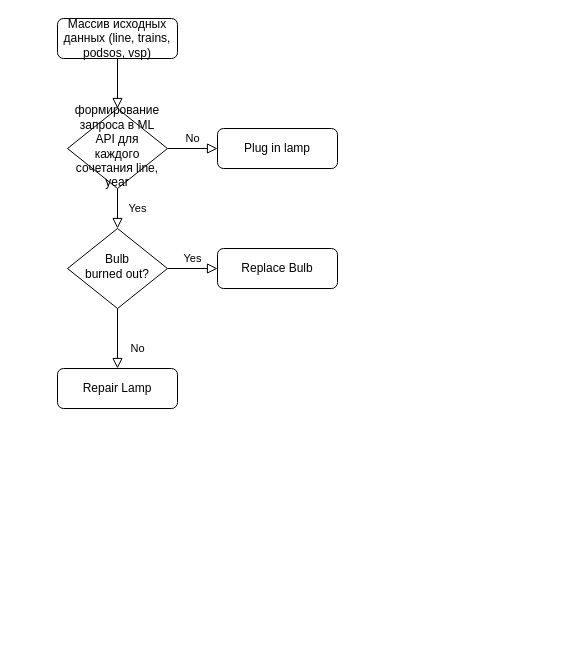
Earlier version of the draw.io diagram Neiroexpert_WEb/блок-схема di.drawio (cheef78/Neiroexpert). Source tidied: cells renumbered, new cells numbered last; positions are measured from the earlier drawing's top-left corner, leaving out a move shared by most shapes. Both pictures are drawn from the tidied source at 100%, with x=0, y=0 at pixel (57, 18).
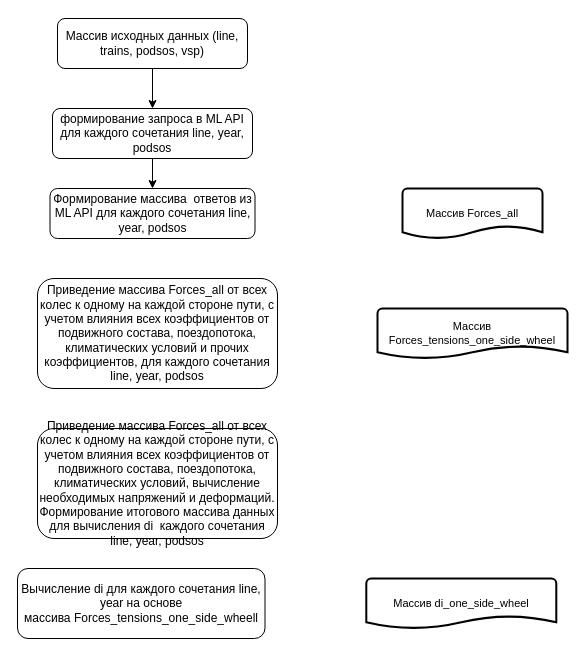
Above is the later version.

Change to the diagram source:
```diff
@@
 <mxGraphModel>
   <root>
     <mxCell id="0" />
     <mxCell id="1" parent="0" />
-    <mxCell id="2" style="rounded=0;html=1;jettySize=auto;fontSize=11;endArrow=block;endFill=0;endSize=8;strokeWidth=1;shadow=0;labelBackgroundColor=none;edgeStyle=orthogonalEdgeStyle;" parent="1" edge="1" source="3" target="6">
-      <mxGeometry relative="1" as="geometry" />
-    </mxCell>
+    <mxCell id="13" style="edgeStyle=orthogonalEdgeStyle;shape=connector;rounded=0;jettySize=auto;html=1;labelBackgroundColor=default;strokeColor=default;fontFamily=Helvetica;fontSize=11;fontColor=default;endArrow=classic;" parent="1" edge="1" source="3" target="7">
+      <mxGeometry relative="1" as="geometry" />
+    </mxCell>
     <mxCell id="3" value="Массив исходных данных (line, trains, podsos, vsp)" style="rounded=1;whiteSpace=wrap;html=1;fontSize=12;glass=0;strokeWidth=1;shadow=0;" parent="1" vertex="1">
-      <mxGeometry width="120" height="40" as="geometry" />
+      <mxGeometry width="190" height="50" as="geometry" />
     </mxCell>
-    <mxCell id="4" value="Yes" style="rounded=0;html=1;jettySize=auto;fontSize=11;endArrow=block;endFill=0;endSize=8;strokeWidth=1;shadow=0;labelBackgroundColor=none;edgeStyle=orthogonalEdgeStyle;" parent="1" edge="1" source="6" target="10">
-      <mxGeometry y="20" relative="1" as="geometry" />
-    </mxCell>
-    <mxCell id="5" value="No" style="edgeStyle=orthogonalEdgeStyle;rounded=0;html=1;jettySize=auto;fontSize=11;endArrow=block;endFill=0;endSize=8;strokeWidth=1;shadow=0;labelBackgroundColor=none;" parent="1" edge="1" source="6" target="7">
-      <mxGeometry y="10" relative="1" as="geometry" />
-    </mxCell>
-    <mxCell id="6" value="формирование запроса в ML API для каждого сочетания line, year" style="rhombus;whiteSpace=wrap;html=1;shadow=0;fontFamily=Helvetica;fontSize=12;align=center;strokeWidth=1;spacing=6;spacingTop=-4;" parent="1" vertex="1">
-      <mxGeometry x="10" y="90" width="100" height="80" as="geometry" />
-    </mxCell>
+    <mxCell id="14" style="edgeStyle=orthogonalEdgeStyle;rounded=0;jettySize=auto;html=1;" parent="1" edge="1" source="7" target="12">
+      <mxGeometry relative="1" as="geometry" />
+    </mxCell>
-    <mxCell id="7" value="Plug in lamp" style="rounded=1;whiteSpace=wrap;html=1;fontSize=12;glass=0;strokeWidth=1;shadow=0;" parent="1" vertex="1">
-      <mxGeometry x="160" y="110" width="120" height="40" as="geometry" />
+    <mxCell id="7" value="формирование запроса в ML API для каждого сочетания line, year, podsos" style="rounded=1;whiteSpace=wrap;html=1;fontSize=12;glass=0;strokeWidth=1;shadow=0;" parent="1" vertex="1">
+      <mxGeometry x="-5" y="90" width="200" height="50" as="geometry" />
     </mxCell>
-    <mxCell id="8" value="No" style="rounded=0;html=1;jettySize=auto;fontSize=11;endArrow=block;endFill=0;endSize=8;strokeWidth=1;shadow=0;labelBackgroundColor=none;edgeStyle=orthogonalEdgeStyle;" parent="1" edge="1" source="10" target="11">
-      <mxGeometry x="0.33" y="20" relative="1" as="geometry" />
-    </mxCell>
-    <mxCell id="9" value="Yes" style="edgeStyle=orthogonalEdgeStyle;rounded=0;html=1;jettySize=auto;fontSize=11;endArrow=block;endFill=0;endSize=8;strokeWidth=1;shadow=0;labelBackgroundColor=none;" parent="1" edge="1" source="10" target="12">
-      <mxGeometry y="10" relative="1" as="geometry" />
-    </mxCell>
-    <mxCell id="10" value="Bulb&lt;br&gt;burned out?" style="rhombus;whiteSpace=wrap;html=1;shadow=0;fontFamily=Helvetica;fontSize=12;align=center;strokeWidth=1;spacing=6;spacingTop=-4;" parent="1" vertex="1">
-      <mxGeometry x="10" y="210" width="100" height="80" as="geometry" />
-    </mxCell>
-    <mxCell id="11" value="Repair Lamp" style="rounded=1;whiteSpace=wrap;html=1;fontSize=12;glass=0;strokeWidth=1;shadow=0;" parent="1" vertex="1">
-      <mxGeometry y="350" width="120" height="40" as="geometry" />
-    </mxCell>
-    <mxCell id="12" value="Replace Bulb" style="rounded=1;whiteSpace=wrap;html=1;fontSize=12;glass=0;strokeWidth=1;shadow=0;" parent="1" vertex="1">
-      <mxGeometry x="160" y="230" width="120" height="40" as="geometry" />
+    <mxCell id="12" value="Формирование массива&amp;nbsp; ответов из ML API для каждого сочетания line, year, podsos" style="rounded=1;whiteSpace=wrap;html=1;fontSize=12;glass=0;strokeWidth=1;shadow=0;" parent="1" vertex="1">
+      <mxGeometry x="-7.5" y="170" width="205" height="50" as="geometry" />
     </mxCell>
+    <mxCell id="15" value="Приведение массива&amp;nbsp;Forces_all от&amp;nbsp;всех колес к одному на каждой стороне пути, с учетом влияния всех коэффициентов от подвижного состава, поездопотока, климатических условий и прочих коэффициентов, для каждого сочетания line, year, podsos" style="rounded=1;whiteSpace=wrap;html=1;" parent="1" vertex="1">
+      <mxGeometry x="-20" y="260" width="240" height="110" as="geometry" />
+    </mxCell>
+    <mxCell id="16" value="Вычисление di для каждого сочетания line, year на основе массива&amp;nbsp;Forces_tensions_one_side_wheell" style="rounded=1;whiteSpace=wrap;html=1;" parent="1" vertex="1">
+      <mxGeometry x="-40" y="550" width="247.5" height="70" as="geometry" />
+    </mxCell>
+    <mxCell id="17" value="Массив Forces_all" style="strokeWidth=2;html=1;shape=mxgraph.flowchart.document2;whiteSpace=wrap;size=0.25;fontFamily=Helvetica;fontSize=11;fontColor=default;" parent="1" vertex="1">
+      <mxGeometry x="345" y="170" width="140" height="50" as="geometry" />
+    </mxCell>
+    <mxCell id="18" value="Массив Forces_tensions_one_side_wheel" style="strokeWidth=2;html=1;shape=mxgraph.flowchart.document2;whiteSpace=wrap;size=0.25;fontFamily=Helvetica;fontSize=11;fontColor=default;" parent="1" vertex="1">
+      <mxGeometry x="320" y="290" width="190" height="50" as="geometry" />
+    </mxCell>
+    <mxCell id="19" value="Массив di_one_side_wheel" style="strokeWidth=2;html=1;shape=mxgraph.flowchart.document2;whiteSpace=wrap;size=0.25;fontFamily=Helvetica;fontSize=11;fontColor=default;" parent="1" vertex="1">
+      <mxGeometry x="308.8" y="560" width="190" height="50" as="geometry" />
+    </mxCell>
+    <mxCell id="20" value="Приведение массива&amp;nbsp;Forces_all от&amp;nbsp;всех колес к одному на каждой стороне пути, с учетом влияния всех коэффициентов от подвижного состава, поездопотока, климатических условий, вычисление необходимых напряжений и деформаций. Формирование итогового массива данных для&amp;nbsp;вычисления di&amp;nbsp; каждого сочетания line, year, podsos" style="rounded=1;whiteSpace=wrap;html=1;" parent="1" vertex="1">
+      <mxGeometry x="-20" y="410" width="240" height="110" as="geometry" />
+    </mxCell>
   </root>
 </mxGraphModel>
```
